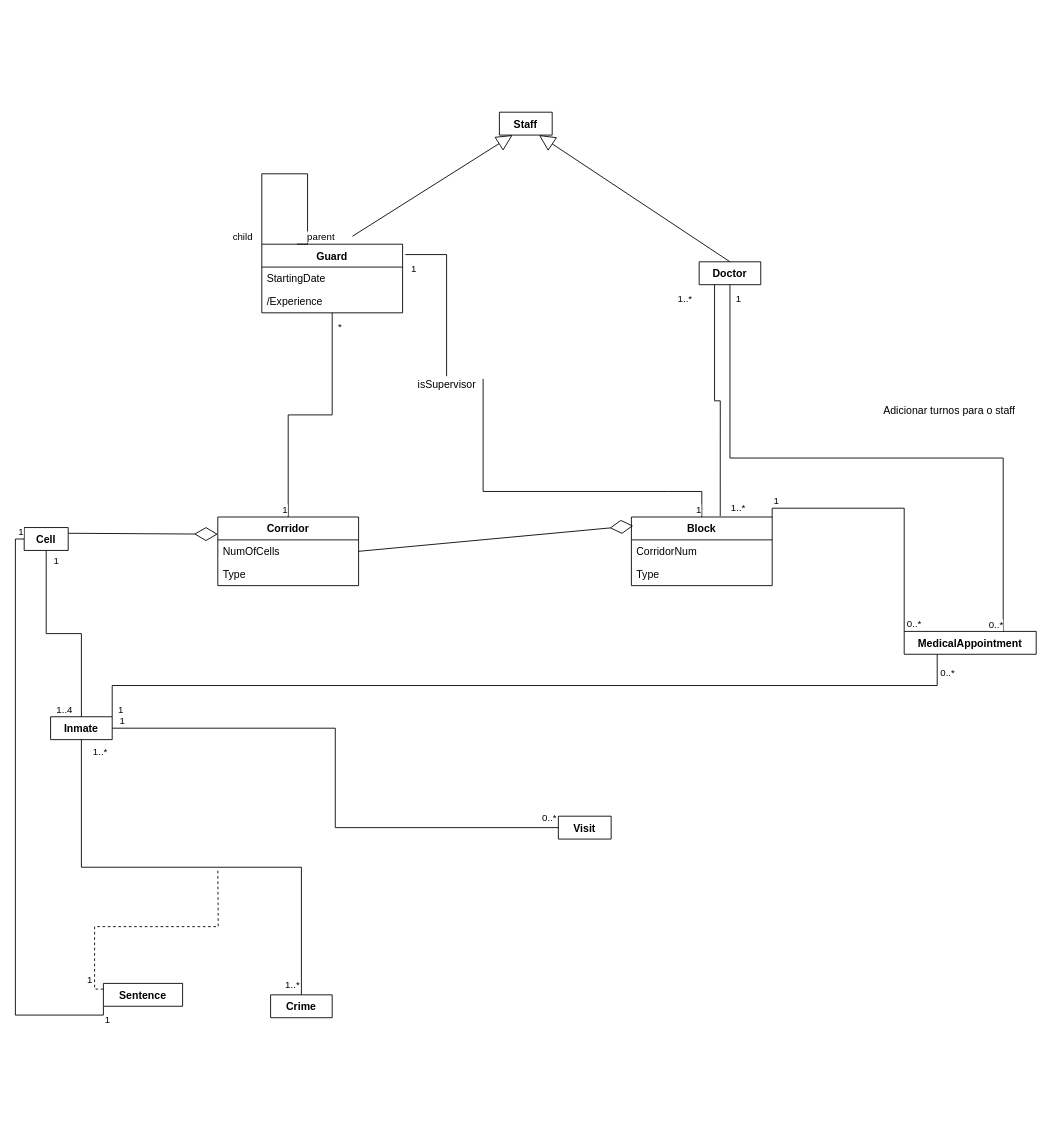
up201706117/BD_PrisonProject keeps this draw.io diagram as Untitled Diagram.drawio. Above is the earlier version. Source tidied: cells renumbered, new cells numbered last; positions are measured from the earlier drawing's top-left corner, leaving out a move shared by most shapes. Both pictures are drawn from the tidied source at 88%, with x=0, y=0 at pixel (24, 112).
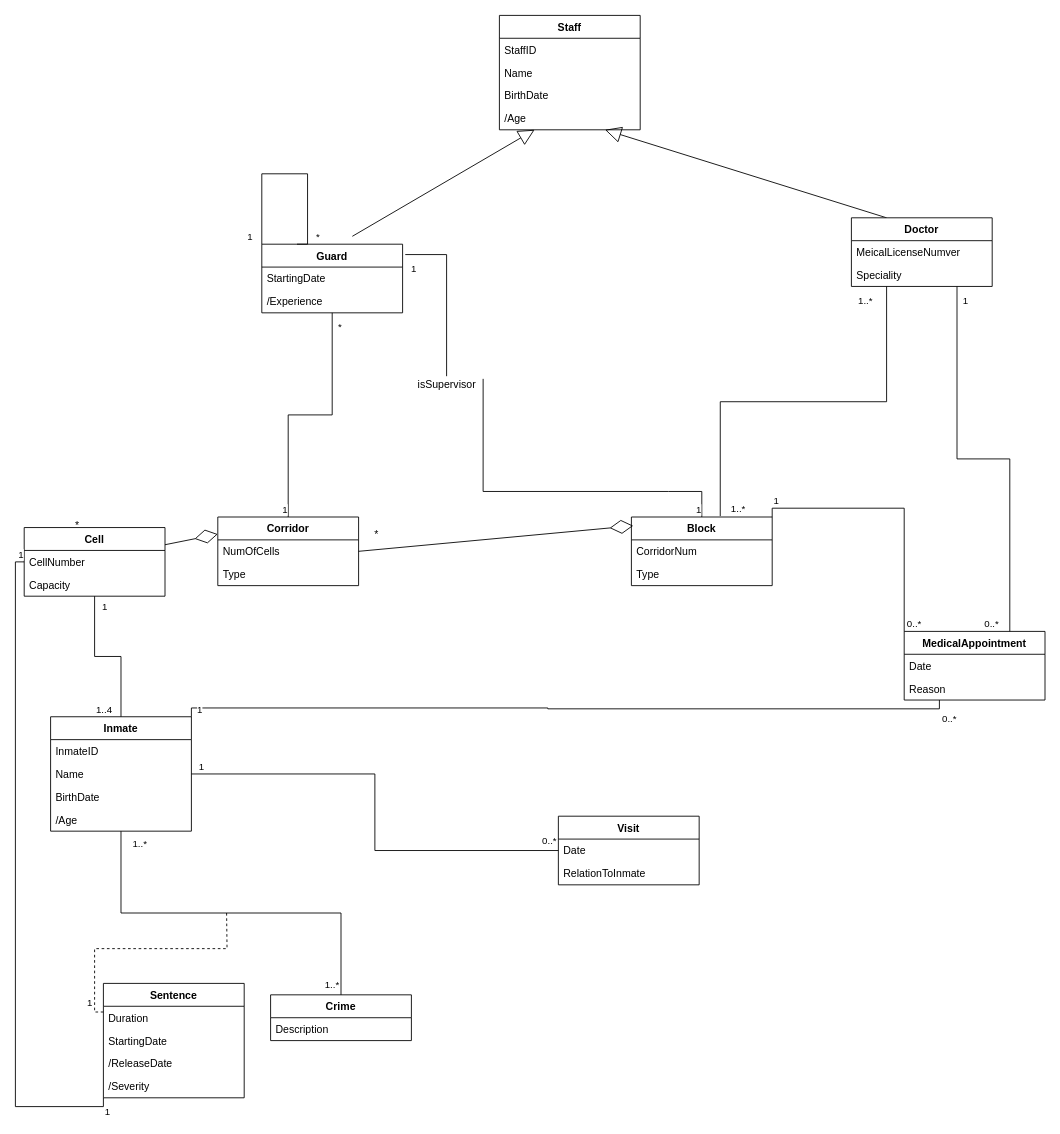
The same page after the edit.

Commit message:
Adicionei multiplicidades, atributos para o médico

Unchanged cells that the change refers to:
```xml
<mxCell id="50" style="endArrow=none;html=1;edgeStyle=orthogonalEdgeStyle;rounded=0;exitX=0.25;exitY=1;exitDx=0;exitDy=0;entryX=0.631;entryY=-0.013;entryDx=0;entryDy=0;entryPerimeter=0;" parent="1" edge="1" source="18" target="2">
  <mxGeometry relative="1" as="geometry" />
</mxCell>
<mxCell id="56" style="endArrow=none;html=1;edgeStyle=orthogonalEdgeStyle;rounded=0;entryX=0;entryY=0;entryDx=0;entryDy=0;exitX=0.25;exitY=0;exitDx=0;exitDy=0;" parent="1" edge="1" source="8" target="8">
  <mxGeometry relative="1" as="geometry">
    <Array as="points">
      <mxPoint x="322" y="150" />
      <mxPoint x="322" y="70" />
      <mxPoint x="270" y="70" />
    </Array>
  </mxGeometry>
</mxCell>
```

Change to the diagram source:
```diff
@@
-    <mxCell id="11" value="Visit&#10;" style="swimlane;fontStyle=1;align=center;verticalAlign=top;horizontal=1;startSize=26;" parent="1" vertex="1" collapsed="1">
-      <mxGeometry x="607" y="800" width="60" height="26" as="geometry" />
+    <mxCell id="11" value="Visit&#10;" style="swimlane;fontStyle=1;align=center;verticalAlign=top;horizontal=1;startSize=26;" parent="1" vertex="1">
+      <mxGeometry x="607" y="800" width="160" height="78" as="geometry" />
     </mxCell>
+    <mxCell id="61" value="Date" style="text;strokeColor=none;fillColor=none;align=left;verticalAlign=top;spacingLeft=4;spacingRight=4;overflow=hidden;" parent="11" vertex="1">
+      <mxGeometry y="26" width="160" height="26" as="geometry" />
+    </mxCell>
+    <mxCell id="62" value="RelationToInmate" style="text;strokeColor=none;fillColor=none;align=left;verticalAlign=top;spacingLeft=4;spacingRight=4;overflow=hidden;" parent="11" vertex="1">
+      <mxGeometry y="52" width="160" height="26" as="geometry" />
+    </mxCell>
-    <mxCell id="12" value="Inmate" style="swimlane;fontStyle=1;align=center;verticalAlign=top;horizontal=1;startSize=26;" parent="1" vertex="1" collapsed="1">
-      <mxGeometry x="30" y="687" width="70" height="26" as="geometry" />
+    <mxCell id="12" value="Inmate" style="swimlane;fontStyle=1;align=center;verticalAlign=top;horizontal=1;startSize=26;" parent="1" vertex="1">
+      <mxGeometry x="30" y="687" width="160" height="130" as="geometry" />
     </mxCell>
+    <mxCell id="63" value="InmateID" style="text;strokeColor=none;fillColor=none;align=left;verticalAlign=top;spacingLeft=4;spacingRight=4;overflow=hidden;fontStyle=0;" parent="12" vertex="1">
+      <mxGeometry y="26" width="160" height="26" as="geometry" />
+    </mxCell>
+    <mxCell id="64" value="Name" style="text;strokeColor=none;fillColor=none;align=left;verticalAlign=top;spacingLeft=4;spacingRight=4;overflow=hidden;" parent="12" vertex="1">
+      <mxGeometry y="52" width="160" height="26" as="geometry" />
+    </mxCell>
+    <mxCell id="65" value="BirthDate" style="text;strokeColor=none;fillColor=none;align=left;verticalAlign=top;spacingLeft=4;spacingRight=4;overflow=hidden;" parent="12" vertex="1">
+      <mxGeometry y="78" width="160" height="26" as="geometry" />
+    </mxCell>
+    <mxCell id="66" value="/Age" style="text;strokeColor=none;fillColor=none;align=left;verticalAlign=top;spacingLeft=4;spacingRight=4;overflow=hidden;" parent="12" vertex="1">
+      <mxGeometry y="104" width="160" height="26" as="geometry" />
+    </mxCell>
-    <mxCell id="13" value="Sentence" style="swimlane;fontStyle=1;align=center;verticalAlign=top;horizontal=1;startSize=26;" parent="1" vertex="1" collapsed="1">
-      <mxGeometry x="90" y="990" width="90" height="26" as="geometry" />
+    <mxCell id="13" value="Sentence" style="swimlane;fontStyle=1;align=center;verticalAlign=top;horizontal=1;startSize=26;" parent="1" vertex="1">
+      <mxGeometry x="90" y="990" width="160" height="130" as="geometry" />
     </mxCell>
+    <mxCell id="67" value="Duration" style="text;strokeColor=none;fillColor=none;align=left;verticalAlign=top;spacingLeft=4;spacingRight=4;overflow=hidden;fontStyle=0;" parent="13" vertex="1">
+      <mxGeometry y="26" width="160" height="26" as="geometry" />
+    </mxCell>
+    <mxCell id="68" value="StartingDate" style="text;strokeColor=none;fillColor=none;align=left;verticalAlign=top;spacingLeft=4;spacingRight=4;overflow=hidden;fontStyle=0;" parent="13" vertex="1">
+      <mxGeometry y="52" width="160" height="26" as="geometry" />
+    </mxCell>
+    <mxCell id="69" value="/ReleaseDate" style="text;strokeColor=none;fillColor=none;align=left;verticalAlign=top;spacingLeft=4;spacingRight=4;overflow=hidden;fontStyle=0;" parent="13" vertex="1">
+      <mxGeometry y="78" width="160" height="26" as="geometry" />
+    </mxCell>
+    <mxCell id="70" value="/Severity " style="text;strokeColor=none;fillColor=none;align=left;verticalAlign=top;spacingLeft=4;spacingRight=4;overflow=hidden;fontStyle=0;" parent="13" vertex="1">
+      <mxGeometry y="104" width="160" height="26" as="geometry" />
+    </mxCell>
-    <mxCell id="14" value="Crime" style="swimlane;fontStyle=1;align=center;verticalAlign=top;horizontal=1;startSize=26;" parent="1" vertex="1" collapsed="1">
-      <mxGeometry x="280" y="1003" width="70" height="26" as="geometry" />
+    <mxCell id="14" value="Crime" style="swimlane;fontStyle=1;align=center;verticalAlign=top;horizontal=1;startSize=26;" parent="1" vertex="1">
+      <mxGeometry x="280" y="1003" width="160" height="52" as="geometry" />
     </mxCell>
+    <mxCell id="71" value="Description" style="text;strokeColor=none;fillColor=none;align=left;verticalAlign=top;spacingLeft=4;spacingRight=4;overflow=hidden;fontStyle=0;" parent="14" vertex="1">
+      <mxGeometry y="26" width="160" height="26" as="geometry" />
+    </mxCell>
-    <mxCell id="15" value="Cell" style="swimlane;fontStyle=1;align=center;verticalAlign=top;horizontal=1;startSize=26;" parent="1" vertex="1" collapsed="1">
-      <mxGeometry y="472" width="50" height="26" as="geometry" />
+    <mxCell id="15" value="Cell" style="swimlane;fontStyle=1;align=center;verticalAlign=top;horizontal=1;startSize=26;" parent="1" vertex="1">
+      <mxGeometry y="472" width="160" height="78" as="geometry" />
     </mxCell>
+    <mxCell id="72" value="CellNumber" style="text;strokeColor=none;fillColor=none;align=left;verticalAlign=top;spacingLeft=4;spacingRight=4;overflow=hidden;fontStyle=0;" parent="15" vertex="1">
+      <mxGeometry y="26" width="160" height="26" as="geometry" />
+    </mxCell>
+    <mxCell id="73" value="Capacity" style="text;strokeColor=none;fillColor=none;align=left;verticalAlign=top;spacingLeft=4;spacingRight=4;overflow=hidden;" parent="15" vertex="1">
+      <mxGeometry y="52" width="160" height="26" as="geometry" />
+    </mxCell>
@@
-    <mxCell id="17" value="Staff" style="swimlane;fontStyle=1;align=center;verticalAlign=top;horizontal=1;startSize=26;" parent="1" vertex="1" collapsed="1">
-      <mxGeometry x="540" width="60" height="26" as="geometry" />
+    <mxCell id="17" value="Staff" style="swimlane;fontStyle=1;align=center;verticalAlign=top;horizontal=1;startSize=26;" parent="1" vertex="1">
+      <mxGeometry x="540" y="-110" width="160" height="130" as="geometry" />
     </mxCell>
-    <mxCell id="18" value="Doctor" style="swimlane;fontStyle=1;align=center;verticalAlign=top;horizontal=1;startSize=26;" parent="1" vertex="1" collapsed="1">
-      <mxGeometry x="767" y="170" width="70" height="26" as="geometry" />
-    </mxCell>
+    <mxCell id="74" value="StaffID" style="text;strokeColor=none;fillColor=none;align=left;verticalAlign=top;spacingLeft=4;spacingRight=4;overflow=hidden;fontStyle=0;" parent="17" vertex="1">
+      <mxGeometry y="26" width="160" height="26" as="geometry" />
+    </mxCell>
+    <mxCell id="75" value="Name" style="text;strokeColor=none;fillColor=none;align=left;verticalAlign=top;spacingLeft=4;spacingRight=4;overflow=hidden;" parent="17" vertex="1">
+      <mxGeometry y="52" width="160" height="26" as="geometry" />
+    </mxCell>
+    <mxCell id="76" value="BirthDate" style="text;strokeColor=none;fillColor=none;align=left;verticalAlign=top;spacingLeft=4;spacingRight=4;overflow=hidden;" parent="17" vertex="1">
+      <mxGeometry y="78" width="160" height="26" as="geometry" />
+    </mxCell>
+    <mxCell id="77" value="/Age" style="text;strokeColor=none;fillColor=none;align=left;verticalAlign=top;spacingLeft=4;spacingRight=4;overflow=hidden;" parent="17" vertex="1">
+      <mxGeometry y="104" width="160" height="26" as="geometry" />
+    </mxCell>
-    <mxCell id="19" style="endArrow=block;endSize=16;endFill=0;html=1;rounded=0;strokeColor=#000000;exitX=0.5;exitY=0;exitDx=0;exitDy=0;entryX=0.75;entryY=1;entryDx=0;entryDy=0;" parent="1" edge="1" source="18" target="17">
+    <mxCell id="19" style="endArrow=block;endSize=16;endFill=0;html=1;rounded=0;strokeColor=#000000;exitX=0.25;exitY=0;exitDx=0;exitDy=0;entryX=0.75;entryY=1;entryDx=0;entryDy=0;" parent="1" edge="1" source="18" target="17">
       <mxGeometry relative="1" as="geometry" />
     </mxCell>
@@
-    <mxCell id="25" value="MedicalAppointment" style="swimlane;fontStyle=1;align=center;verticalAlign=top;horizontal=1;startSize=26;" parent="1" vertex="1" collapsed="1">
-      <mxGeometry x="1000" y="590" width="150" height="26" as="geometry" />
+    <mxCell id="25" value="MedicalAppointment" style="swimlane;fontStyle=1;align=center;verticalAlign=top;horizontal=1;startSize=26;" parent="1" vertex="1">
+      <mxGeometry x="1000" y="590" width="160" height="78" as="geometry" />
     </mxCell>
+    <mxCell id="78" value="Date" style="text;strokeColor=none;fillColor=none;align=left;verticalAlign=top;spacingLeft=4;spacingRight=4;overflow=hidden;" parent="25" vertex="1">
+      <mxGeometry y="26" width="160" height="26" as="geometry" />
+    </mxCell>
+    <mxCell id="79" value="Reason" style="text;strokeColor=none;fillColor=none;align=left;verticalAlign=top;spacingLeft=4;spacingRight=4;overflow=hidden;" parent="25" vertex="1">
+      <mxGeometry y="52" width="160" height="26" as="geometry" />
+    </mxCell>
@@
     <mxCell id="32" style="endArrow=none;html=1;edgeStyle=orthogonalEdgeStyle;rounded=0;strokeColor=#000000;exitX=0;exitY=0.25;exitDx=0;exitDy=0;dashed=1;" parent="1" edge="1" source="13">
       <mxGeometry relative="1" as="geometry">
-        <mxPoint x="220" y="860" as="targetPoint" />
+        <mxPoint x="230" y="910" as="targetPoint" />
       </mxGeometry>
     </mxCell>
@@
-    <mxCell id="37" style="endArrow=none;html=1;edgeStyle=orthogonalEdgeStyle;rounded=0;strokeColor=#000000;exitX=0.5;exitY=1;exitDx=0;exitDy=0;entryX=0.75;entryY=0;entryDx=0;entryDy=0;" parent="1" edge="1" source="18" target="25">
+    <mxCell id="37" style="endArrow=none;html=1;edgeStyle=orthogonalEdgeStyle;rounded=0;strokeColor=#000000;entryX=0.75;entryY=0;entryDx=0;entryDy=0;exitX=0.75;exitY=1;exitDx=0;exitDy=0;" parent="1" edge="1" source="18" target="25">
       <mxGeometry relative="1" as="geometry" />
     </mxCell>
@@
     <mxCell id="39" value="0..*" style="edgeLabel;html=1;align=right;verticalAlign=bottom;strokeColor=#000000;" parent="37" vertex="1">
-      <mxGeometry x="1" relative="1" as="geometry" />
+      <mxGeometry x="1" relative="1" as="geometry">
+        <mxPoint x="-12" as="offset" />
+      </mxGeometry>
     </mxCell>
@@
-    <mxCell id="43" value="Adicionar turnos para o staff" style="text;html=1;align=center;verticalAlign=middle;strokeColor=none;fillColor=none;" parent="1" vertex="1">
-      <mxGeometry x="966" y="330" width="170" height="20" as="geometry" />
-    </mxCell>
@@
     <mxCell id="51" value="1..*" style="edgeLabel;html=1;align=left;verticalAlign=bottom;" parent="50" vertex="1">
       <mxGeometry x="-1" relative="1" as="geometry">
-        <mxPoint x="-44" y="24" as="offset" />
+        <mxPoint x="-34" y="24" as="offset" />
       </mxGeometry>
     </mxCell>
@@
-    <mxCell id="57" value="parent" style="edgeLabel;html=1;align=left;verticalAlign=bottom;" parent="56" vertex="1">
+    <mxCell id="57" value="*" style="edgeLabel;html=1;align=left;verticalAlign=bottom;" parent="56" vertex="1">
       <mxGeometry x="-1" relative="1" as="geometry">
-        <mxPoint x="10" as="offset" />
+        <mxPoint x="20" as="offset" />
       </mxGeometry>
     </mxCell>
-    <mxCell id="58" value="child" style="edgeLabel;html=1;align=right;verticalAlign=bottom;" parent="56" vertex="1">
+    <mxCell id="58" value="1" style="edgeLabel;html=1;align=right;verticalAlign=bottom;" parent="56" vertex="1">
       <mxGeometry x="1" relative="1" as="geometry">
         <mxPoint x="-10" as="offset" />
       </mxGeometry>
     </mxCell>
@@
+    <mxCell id="80" value="*" style="text;html=1;align=center;verticalAlign=middle;strokeColor=none;fillColor=none;" parent="1" vertex="1">
+      <mxGeometry x="390" y="470" width="20" height="20" as="geometry" />
+    </mxCell>
+    <mxCell id="81" value="*" style="text;html=1;align=center;verticalAlign=middle;strokeColor=none;fillColor=none;" parent="1" vertex="1">
+      <mxGeometry x="50" y="460" width="20" height="20" as="geometry" />
+    </mxCell>
+    <mxCell id="18" value="Doctor" style="swimlane;fontStyle=1;align=center;verticalAlign=top;horizontal=1;startSize=26;" parent="1" vertex="1">
+      <mxGeometry x="940" y="120" width="160" height="78" as="geometry" />
+    </mxCell>
+    <mxCell id="82" value="MeicalLicenseNumver" style="text;strokeColor=none;fillColor=none;align=left;verticalAlign=top;spacingLeft=4;spacingRight=4;overflow=hidden;fontStyle=0;" parent="18" vertex="1">
+      <mxGeometry y="26" width="160" height="26" as="geometry" />
+    </mxCell>
+    <mxCell id="83" value="Speciality" style="text;strokeColor=none;fillColor=none;align=left;verticalAlign=top;spacingLeft=4;spacingRight=4;overflow=hidden;fontStyle=0;" parent="18" vertex="1">
+      <mxGeometry y="52" width="160" height="26" as="geometry" />
+    </mxCell>
```
